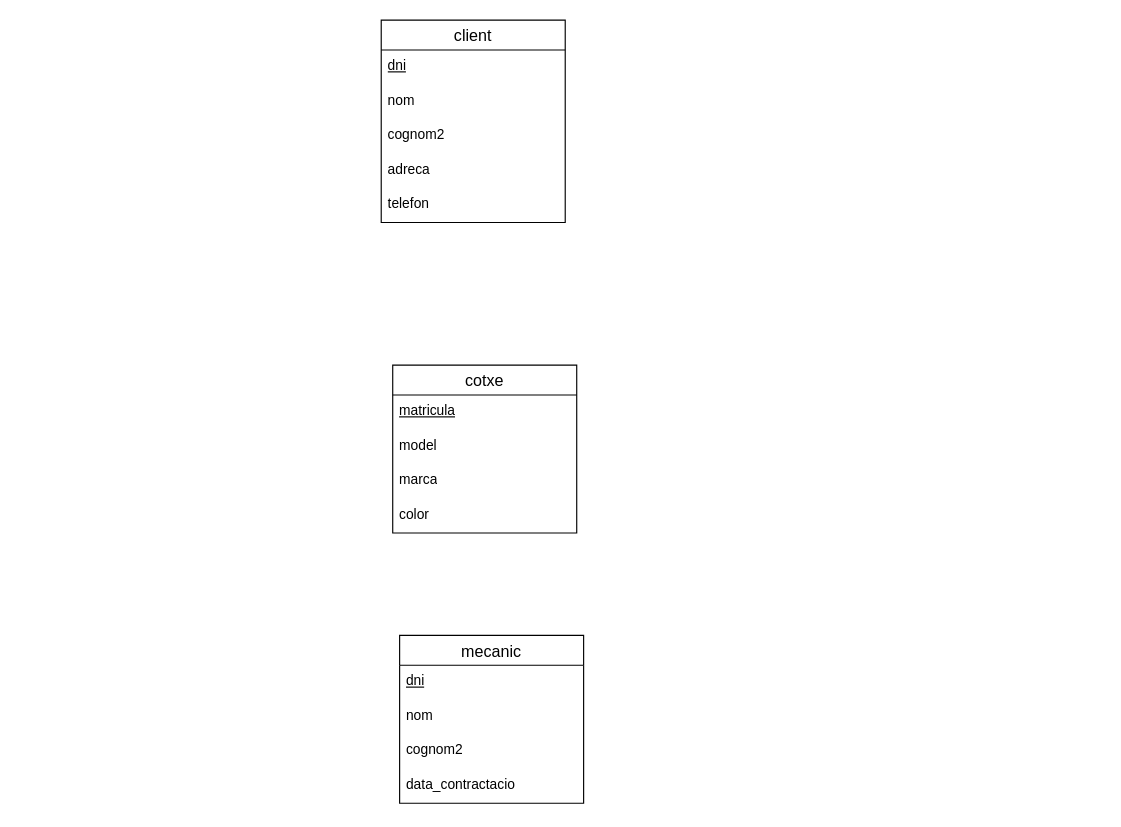
Before: Exercicis_R2(4).drawio in victor06-git/Progam_with_Victor, a draw.io diagram. Source tidied: cells renumbered, new cells numbered last; positions are measured from the earlier drawing's top-left corner, leaving out a move shared by most shapes. Both pictures are drawn from the tidied source at 115%, with x=0, y=0 at pixel (381, 20).
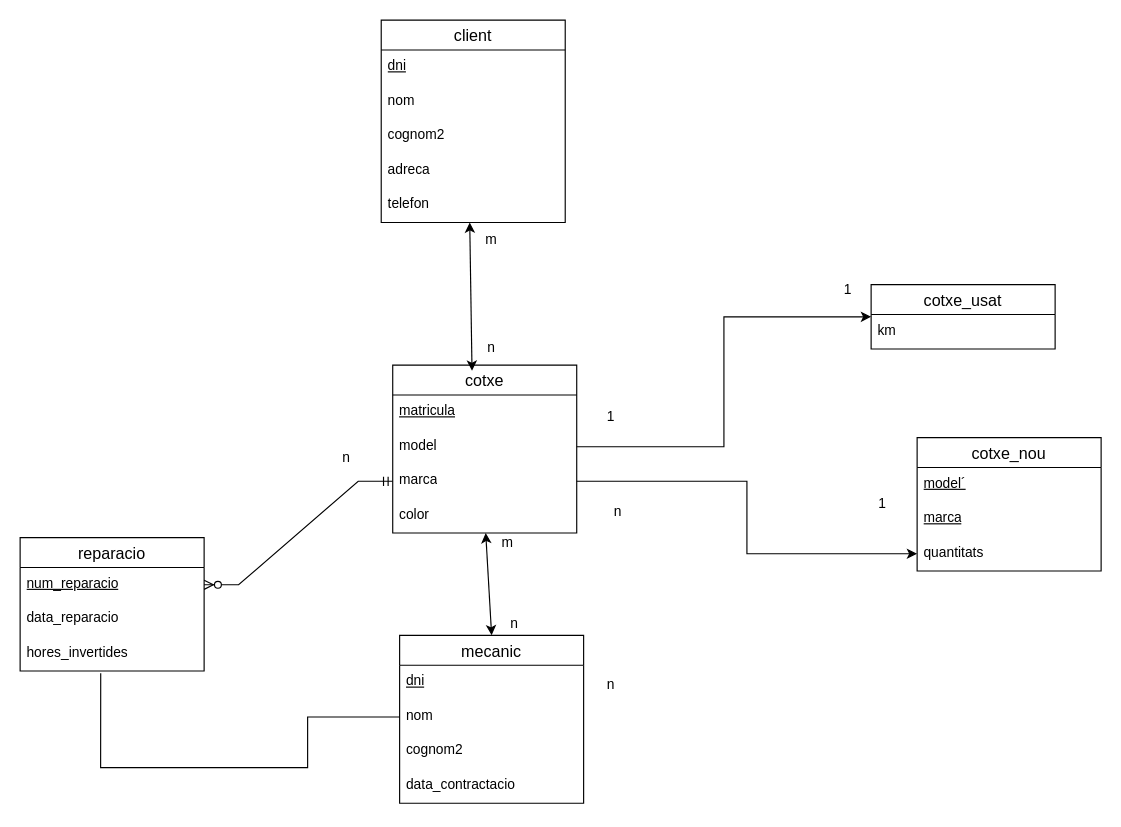
The same diagram, later.

Unchanged cells that the change refers to:
```xml
<mxCell id="7" value="telefon" style="text;strokeColor=none;fillColor=none;spacingLeft=4;spacingRight=4;overflow=hidden;points=[[0,0.5],[1,0.5]];portConstraint=eastwest;fontSize=12;whiteSpace=wrap;html=1;" parent="2" vertex="1">
  <mxGeometry y="146" width="160" height="30" as="geometry" />
</mxCell>
<mxCell id="8" value="cotxe" style="swimlane;fontStyle=0;horizontal=1;startSize=26;align=center;fontSize=14;" parent="1" vertex="1">
  <mxGeometry x="10" y="300" width="160" height="146" as="geometry" />
</mxCell>
<mxCell id="10" value="model" style="text;strokeColor=none;fillColor=none;spacingLeft=4;spacingRight=4;overflow=hidden;points=[[0,0.5],[1,0.5]];portConstraint=eastwest;fontSize=12;whiteSpace=wrap;html=1;" parent="8" vertex="1">
  <mxGeometry y="56" width="160" height="30" as="geometry" />
</mxCell>
<mxCell id="11" value="marca" style="text;strokeColor=none;fillColor=none;spacingLeft=4;spacingRight=4;overflow=hidden;points=[[0,0.5],[1,0.5]];portConstraint=eastwest;fontSize=12;whiteSpace=wrap;html=1;" parent="8" vertex="1">
  <mxGeometry y="86" width="160" height="30" as="geometry" />
</mxCell>
<mxCell id="12" value="color" style="text;strokeColor=none;fillColor=none;spacingLeft=4;spacingRight=4;overflow=hidden;points=[[0,0.5],[1,0.5]];portConstraint=eastwest;fontSize=12;whiteSpace=wrap;html=1;" parent="8" vertex="1">
  <mxGeometry y="116" width="160" height="30" as="geometry" />
</mxCell>
<mxCell id="13" value="mecanic" style="swimlane;fontStyle=0;horizontal=1;startSize=26;align=center;fontSize=14;" parent="1" vertex="1">
  <mxGeometry x="16" y="535" width="160" height="146" as="geometry" />
</mxCell>
<mxCell id="15" value="nom" style="text;strokeColor=none;fillColor=none;spacingLeft=4;spacingRight=4;overflow=hidden;points=[[0,0.5],[1,0.5]];portConstraint=eastwest;fontSize=12;whiteSpace=wrap;html=1;" parent="13" vertex="1">
  <mxGeometry y="56" width="160" height="30" as="geometry" />
</mxCell>
```

The edit, as a diff of the source:
```diff
@@
+    <mxCell id="18" style="endArrow=classic;startArrow=classic;html=1;rounded=0;exitX=0.5;exitY=0;exitDx=0;exitDy=0;" parent="1" edge="1" source="13" target="12">
+      <mxGeometry relative="1" as="geometry" />
+    </mxCell>
+    <mxCell id="19" style="endArrow=classic;startArrow=classic;html=1;rounded=0;exitX=0.431;exitY=0.034;exitDx=0;exitDy=0;exitPerimeter=0;entryX=0.481;entryY=1;entryDx=0;entryDy=0;entryPerimeter=0;" parent="1" edge="1" source="8" target="7">
+      <mxGeometry relative="1" as="geometry" />
+    </mxCell>
+    <mxCell id="20" value="n" style="text;html=1;align=center;verticalAlign=middle;whiteSpace=wrap;rounded=0;" parent="1" vertex="1">
+      <mxGeometry x="86" y="510" width="60" height="30" as="geometry" />
+    </mxCell>
+    <mxCell id="21" value="m" style="text;html=1;align=center;verticalAlign=middle;whiteSpace=wrap;rounded=0;" parent="1" vertex="1">
+      <mxGeometry x="80" y="440" width="60" height="30" as="geometry" />
+    </mxCell>
+    <mxCell id="22" value="n" style="text;html=1;align=center;verticalAlign=middle;whiteSpace=wrap;rounded=0;" parent="1" vertex="1">
+      <mxGeometry x="66" y="270" width="60" height="30" as="geometry" />
+    </mxCell>
+    <mxCell id="23" value="m" style="text;html=1;align=center;verticalAlign=middle;whiteSpace=wrap;rounded=0;" parent="1" vertex="1">
+      <mxGeometry x="66" y="176" width="60" height="30" as="geometry" />
+    </mxCell>
+    <mxCell id="24" value="cotxe_nou" style="swimlane;fontStyle=0;horizontal=1;startSize=26;align=center;fontSize=14;" parent="1" vertex="1">
+      <mxGeometry x="466" y="363" width="160" height="116" as="geometry" />
+    </mxCell>
+    <mxCell id="25" value="&lt;u&gt;model´&lt;/u&gt;" style="text;strokeColor=none;fillColor=none;spacingLeft=4;spacingRight=4;overflow=hidden;fontSize=12;whiteSpace=wrap;html=1;" parent="24" vertex="1">
+      <mxGeometry y="26" width="160" height="30" as="geometry" />
+    </mxCell>
+    <mxCell id="26" value="&lt;u&gt;marca&lt;/u&gt;" style="text;strokeColor=none;fillColor=none;spacingLeft=4;spacingRight=4;overflow=hidden;fontSize=12;whiteSpace=wrap;html=1;" parent="24" vertex="1">
+      <mxGeometry y="56" width="160" height="30" as="geometry" />
+    </mxCell>
+    <mxCell id="27" value="quantitats" style="text;strokeColor=none;fillColor=none;spacingLeft=4;spacingRight=4;overflow=hidden;points=[[0,0.5],[1,0.5]];portConstraint=eastwest;fontSize=12;whiteSpace=wrap;html=1;" parent="24" vertex="1">
+      <mxGeometry y="86" width="160" height="30" as="geometry" />
+    </mxCell>
+    <mxCell id="28" style="edgeStyle=orthogonalEdgeStyle;rounded=0;jettySize=auto;html=1;exitX=1;exitY=0.5;exitDx=0;exitDy=0;entryX=0;entryY=0.5;entryDx=0;entryDy=0;" parent="1" edge="1" source="11" target="27">
+      <mxGeometry relative="1" as="geometry" />
+    </mxCell>
+    <mxCell id="29" value="cotxe_usat" style="swimlane;fontStyle=0;horizontal=1;startSize=26;align=center;fontSize=14;" parent="1" vertex="1">
+      <mxGeometry x="426" y="230" width="160" height="56" as="geometry" />
+    </mxCell>
+    <mxCell id="30" value="km" style="text;strokeColor=none;fillColor=none;spacingLeft=4;spacingRight=4;overflow=hidden;fontSize=12;whiteSpace=wrap;html=1;" parent="29" vertex="1">
+      <mxGeometry y="26" width="160" height="30" as="geometry" />
+    </mxCell>
+    <mxCell id="31" style="edgeStyle=orthogonalEdgeStyle;rounded=0;jettySize=auto;html=1;exitX=1;exitY=0.5;exitDx=0;exitDy=0;entryX=0;entryY=0.5;entryDx=0;entryDy=0;" parent="1" edge="1" source="10" target="29">
+      <mxGeometry relative="1" as="geometry" />
+    </mxCell>
+    <mxCell id="32" value="reparacio" style="swimlane;fontStyle=0;horizontal=1;startSize=26;align=center;fontSize=14;" parent="1" vertex="1">
+      <mxGeometry x="-314" y="450" width="160" height="116" as="geometry" />
+    </mxCell>
+    <mxCell id="33" value="&lt;u&gt;num_reparacio&lt;/u&gt;" style="text;strokeColor=none;fillColor=none;spacingLeft=4;spacingRight=4;overflow=hidden;points=[[0,0.5],[1,0.5]];portConstraint=eastwest;fontSize=12;whiteSpace=wrap;html=1;" parent="32" vertex="1">
+      <mxGeometry y="26" width="160" height="30" as="geometry" />
+    </mxCell>
+    <mxCell id="34" value="data_reparacio" style="text;strokeColor=none;fillColor=none;spacingLeft=4;spacingRight=4;overflow=hidden;fontSize=12;whiteSpace=wrap;html=1;" parent="32" vertex="1">
+      <mxGeometry y="56" width="160" height="30" as="geometry" />
+    </mxCell>
+    <mxCell id="35" value="hores_invertides" style="text;strokeColor=none;fillColor=none;spacingLeft=4;spacingRight=4;overflow=hidden;points=[[0,0.5],[1,0.5]];portConstraint=eastwest;fontSize=12;whiteSpace=wrap;html=1;" parent="32" vertex="1">
+      <mxGeometry y="86" width="160" height="30" as="geometry" />
+    </mxCell>
+    <mxCell id="36" value="1" style="text;html=1;align=center;verticalAlign=middle;whiteSpace=wrap;rounded=0;" parent="1" vertex="1">
+      <mxGeometry x="170" y="330" width="60" height="30" as="geometry" />
+    </mxCell>
+    <mxCell id="37" value="1" style="text;html=1;align=center;verticalAlign=middle;whiteSpace=wrap;rounded=0;" parent="1" vertex="1">
+      <mxGeometry x="376" y="220" width="60" height="30" as="geometry" />
+    </mxCell>
+    <mxCell id="38" value="n" style="text;html=1;align=center;verticalAlign=middle;whiteSpace=wrap;rounded=0;" parent="1" vertex="1">
+      <mxGeometry x="176" y="413" width="60" height="30" as="geometry" />
+    </mxCell>
+    <mxCell id="39" value="1" style="text;html=1;align=center;verticalAlign=middle;whiteSpace=wrap;rounded=0;" parent="1" vertex="1">
+      <mxGeometry x="406" y="396" width="60" height="50" as="geometry" />
+    </mxCell>
+    <mxCell id="40" value="n" style="text;html=1;align=center;verticalAlign=middle;whiteSpace=wrap;rounded=0;" parent="1" vertex="1">
+      <mxGeometry x="-60" y="366" width="60" height="30" as="geometry" />
+    </mxCell>
+    <mxCell id="41" value="n" style="text;html=1;align=center;verticalAlign=middle;whiteSpace=wrap;rounded=0;" parent="1" vertex="1">
+      <mxGeometry x="170" y="563" width="60" height="30" as="geometry" />
+    </mxCell>
+    <mxCell id="42" style="edgeStyle=entityRelationEdgeStyle;fontSize=12;html=1;endArrow=ERzeroToMany;startArrow=ERmandOne;rounded=0;exitX=0;exitY=0.5;exitDx=0;exitDy=0;entryX=1;entryY=0.5;entryDx=0;entryDy=0;" parent="1" edge="1" source="11" target="33">
+      <mxGeometry relative="1" as="geometry">
+        <Array as="points">
+          <mxPoint x="66" y="670" />
+          <mxPoint x="56" y="740" />
+          <mxPoint x="186" y="540" />
+          <mxPoint x="6" y="740" />
+          <mxPoint x="206" y="520" />
+        </Array>
+      </mxGeometry>
+    </mxCell>
+    <mxCell id="43" style="endArrow=none;html=1;rounded=0;exitX=0.438;exitY=1.067;exitDx=0;exitDy=0;exitPerimeter=0;entryX=0;entryY=0.5;entryDx=0;entryDy=0;" parent="1" edge="1" source="35" target="15">
+      <mxGeometry relative="1" as="geometry">
+        <Array as="points">
+          <mxPoint x="-244" y="650" />
+          <mxPoint x="-164" y="650" />
+          <mxPoint x="-64" y="650" />
+          <mxPoint x="-64" y="606" />
+        </Array>
+      </mxGeometry>
+    </mxCell>
```
